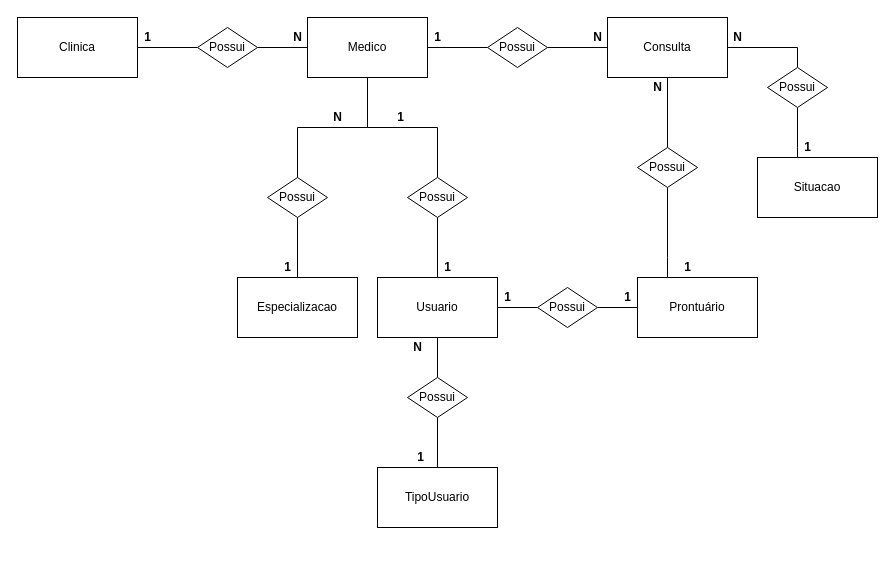
The draw.io diagram page "Conceitual" (1 of 2) of SPMedGroup/Modelagem/SPMedGroup.drawio in LiviaSibi/Banco-de-dados, before the edit. Source tidied: cells renumbered, new cells numbered last; positions are measured from the earlier drawing's top-left corner, leaving out a move shared by most shapes. Both pictures are drawn from the tidied source at 100%, with x=0, y=0 at pixel (17, 17).
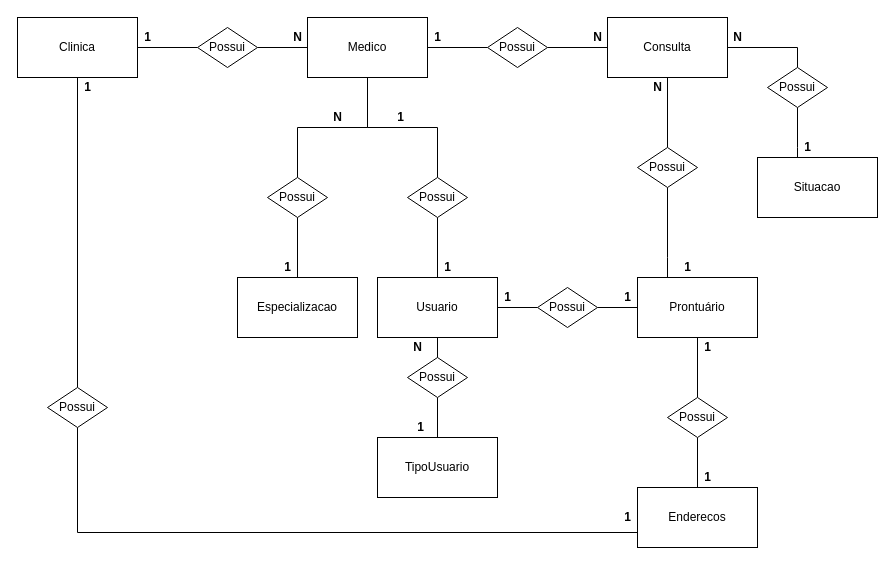
Above is the later version.

Unchanged cells that the change refers to:
```xml
<mxCell id="3" value="Clinica" style="rounded=0;whiteSpace=wrap;html=1;" parent="1" vertex="1">
  <mxGeometry width="120" height="60" as="geometry" />
</mxCell>
<mxCell id="11" value="Prontuário" style="rounded=0;whiteSpace=wrap;html=1;" parent="1" vertex="1">
  <mxGeometry x="620" y="260" width="120" height="60" as="geometry" />
</mxCell>
```

Change to the diagram source:
```diff
@@
+    <mxCell id="51" style="edgeStyle=orthogonalEdgeStyle;rounded=0;jettySize=auto;html=1;entryX=0.5;entryY=0;entryDx=0;entryDy=0;endArrow=none;endFill=0;" parent="1" edge="1" source="3" target="57">
+      <mxGeometry relative="1" as="geometry" />
+    </mxCell>
@@
+    <mxCell id="52" style="edgeStyle=orthogonalEdgeStyle;rounded=0;jettySize=auto;html=1;entryX=0.5;entryY=0;entryDx=0;entryDy=0;endArrow=none;endFill=0;" parent="1" edge="1" source="11" target="55">
+      <mxGeometry relative="1" as="geometry" />
+    </mxCell>
@@
     <mxCell id="40" value="TipoUsuario" style="rounded=0;whiteSpace=wrap;html=1;" parent="1" vertex="1">
-      <mxGeometry x="360" y="450" width="120" height="60" as="geometry" />
+      <mxGeometry x="360" y="420" width="120" height="60" as="geometry" />
     </mxCell>
@@
     <mxCell id="42" value="Possui" style="rhombus;whiteSpace=wrap;html=1;" parent="1" vertex="1">
-      <mxGeometry x="390" y="360" width="60" height="40" as="geometry" />
+      <mxGeometry x="390" y="340" width="60" height="40" as="geometry" />
     </mxCell>
@@
     <mxCell id="44" value="&lt;b&gt;1&lt;/b&gt;" style="text;html=1;align=center;verticalAlign=middle;" parent="1" vertex="1">
-      <mxGeometry x="393" y="430" width="20" height="20" as="geometry" />
+      <mxGeometry x="393" y="400" width="20" height="20" as="geometry" />
     </mxCell>
@@
+    <mxCell id="53" value="Enderecos" style="rounded=0;whiteSpace=wrap;html=1;" parent="1" vertex="1">
+      <mxGeometry x="620" y="470" width="120" height="60" as="geometry" />
+    </mxCell>
+    <mxCell id="54" style="edgeStyle=orthogonalEdgeStyle;rounded=0;jettySize=auto;html=1;endArrow=none;endFill=0;" parent="1" edge="1" source="55" target="53">
+      <mxGeometry relative="1" as="geometry" />
+    </mxCell>
+    <mxCell id="55" value="Possui" style="rhombus;whiteSpace=wrap;html=1;" parent="1" vertex="1">
+      <mxGeometry x="650" y="380" width="60" height="40" as="geometry" />
+    </mxCell>
+    <mxCell id="56" style="edgeStyle=orthogonalEdgeStyle;rounded=0;jettySize=auto;html=1;entryX=0;entryY=0.75;entryDx=0;entryDy=0;endArrow=none;endFill=0;exitX=0.5;exitY=1;exitDx=0;exitDy=0;" parent="1" edge="1" source="57" target="53">
+      <mxGeometry relative="1" as="geometry" />
+    </mxCell>
+    <mxCell id="57" value="Possui" style="rhombus;whiteSpace=wrap;html=1;" parent="1" vertex="1">
+      <mxGeometry x="30" y="370" width="60" height="40" as="geometry" />
+    </mxCell>
+    <mxCell id="58" value="&lt;b&gt;1&lt;/b&gt;" style="text;html=1;align=center;verticalAlign=middle;" parent="1" vertex="1">
+      <mxGeometry x="680" y="320" width="20" height="20" as="geometry" />
+    </mxCell>
+    <mxCell id="59" value="&lt;b&gt;1&lt;/b&gt;" style="text;html=1;align=center;verticalAlign=middle;" parent="1" vertex="1">
+      <mxGeometry x="680" y="450" width="20" height="20" as="geometry" />
+    </mxCell>
+    <mxCell id="60" value="&lt;b&gt;1&lt;/b&gt;" style="text;html=1;align=center;verticalAlign=middle;" parent="1" vertex="1">
+      <mxGeometry x="600" y="490" width="20" height="20" as="geometry" />
+    </mxCell>
+    <mxCell id="61" value="&lt;b&gt;1&lt;/b&gt;" style="text;html=1;align=center;verticalAlign=middle;" parent="1" vertex="1">
+      <mxGeometry x="60" y="60" width="20" height="20" as="geometry" />
+    </mxCell>
```
